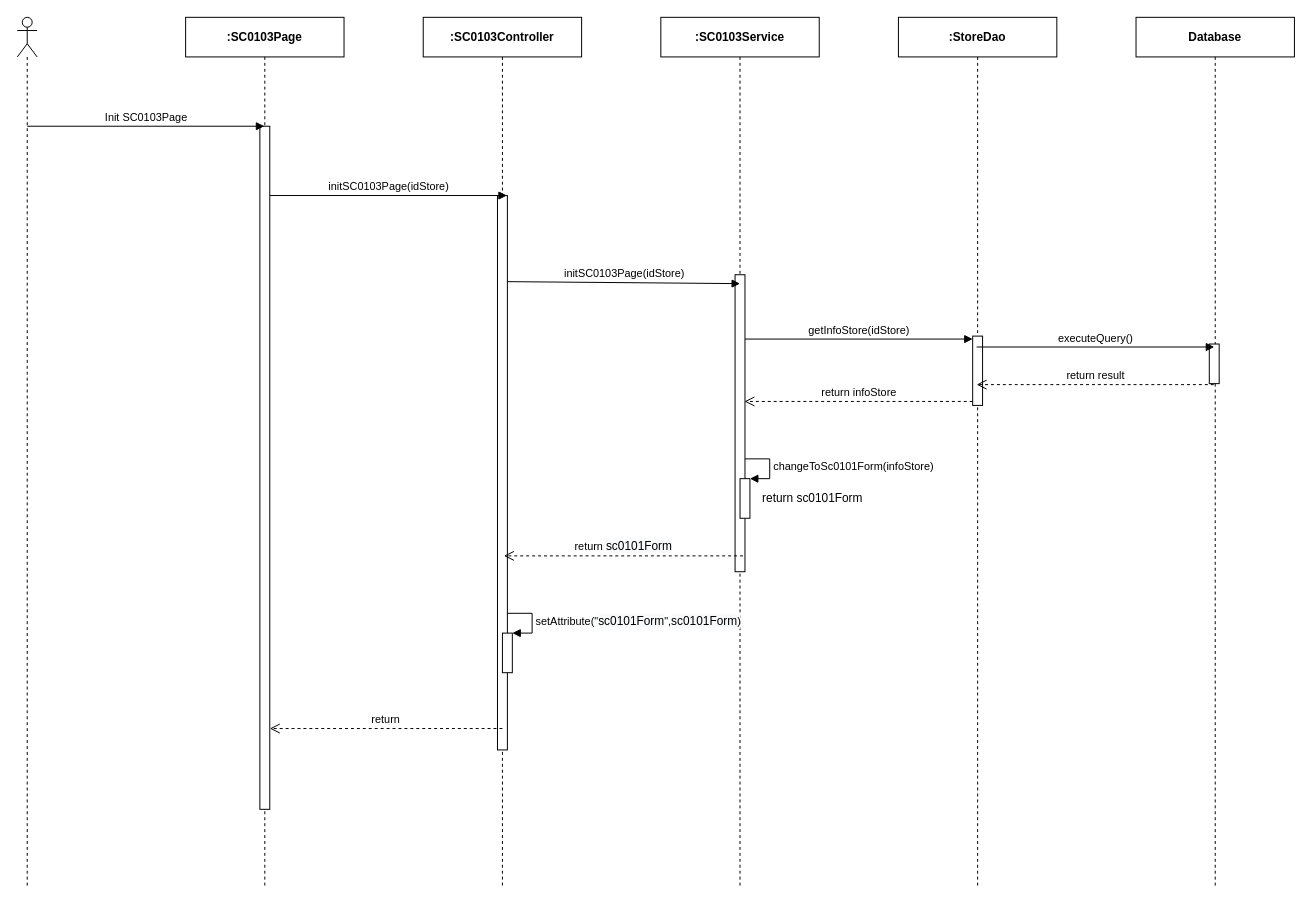
luannmdev/CapstoneDocument keeps this draw.io diagram as page "Ev01" (1 of 3) of 1. Review/SEQ Diagram/sc01/SC0103_EditStore.drawio. Above is the earlier version. Source tidied: cells renumbered, new cells numbered last; positions are measured from the earlier drawing's top-left corner, leaving out a move shared by most shapes. Both pictures are drawn from the tidied source at 99%, with x=0, y=0 at pixel (17, 17).
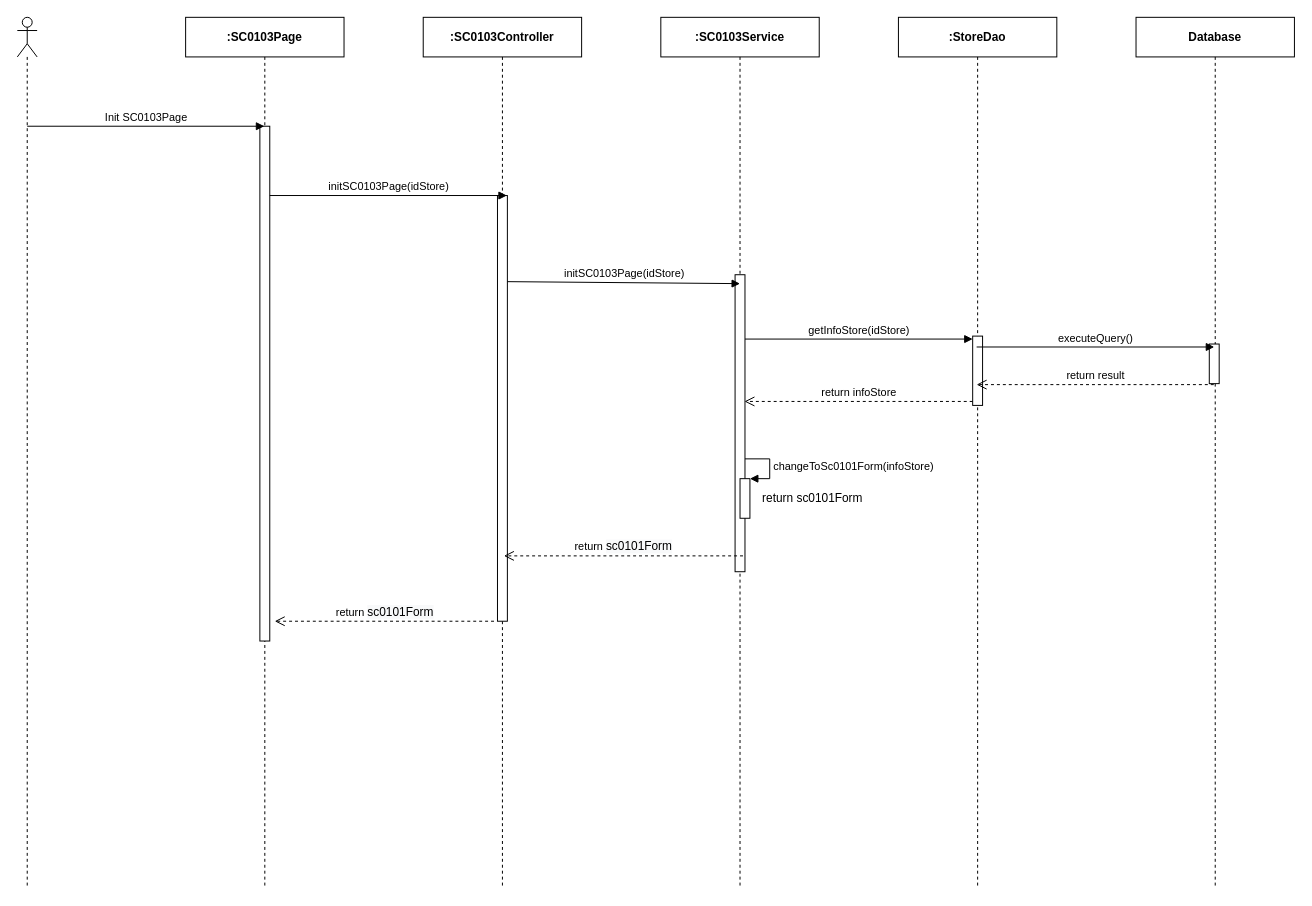
After the change.

Unchanged cells that the change refers to:
```xml
<mxCell id="3" value="&lt;b&gt;:SC0103Page&lt;/b&gt;" style="shape=umlLifeline;perimeter=lifelinePerimeter;whiteSpace=wrap;html=1;outlineConnect=0;" parent="1" vertex="1">
  <mxGeometry x="170" width="160" height="880" as="geometry" />
</mxCell>
<mxCell id="11" value="&lt;b&gt;:SC0103Controller&lt;/b&gt;" style="shape=umlLifeline;perimeter=lifelinePerimeter;whiteSpace=wrap;html=1;" parent="1" vertex="1">
  <mxGeometry x="410" width="160" height="880" as="geometry" />
</mxCell>
```

Change to the diagram source:
```diff
@@
     <mxCell id="4" style="html=1;perimeter=orthogonalPerimeter;" parent="3" vertex="1">
-      <mxGeometry x="75" y="110" width="10" height="690" as="geometry" />
+      <mxGeometry x="75" y="110" width="10" height="520" as="geometry" />
     </mxCell>
@@
     <mxCell id="12" style="html=1;perimeter=orthogonalPerimeter;" parent="11" vertex="1">
-      <mxGeometry x="75" y="180" width="10" height="560" as="geometry" />
+      <mxGeometry x="75" y="180" width="10" height="430" as="geometry" />
     </mxCell>
-    <mxCell id="13" style="html=1;points=[];perimeter=orthogonalPerimeter;" parent="11" vertex="1">
-      <mxGeometry x="80" y="622" width="10" height="40" as="geometry" />
-    </mxCell>
-    <mxCell id="14" value="setAttribute(&quot;&lt;span style=&quot;font-size: 12px ; text-align: center ; background-color: rgb(248 , 249 , 250)&quot;&gt;sc0101Form&lt;/span&gt;&quot;,&lt;span style=&quot;font-size: 12px ; text-align: center ; background-color: rgb(248 , 249 , 250)&quot;&gt;sc0101Form&lt;/span&gt;)" style="edgeStyle=orthogonalEdgeStyle;html=1;align=left;spacingLeft=2;endArrow=block;rounded=0;entryX=1;entryY=0;" parent="11" edge="1" target="13">
-      <mxGeometry relative="1" as="geometry">
-        <mxPoint x="85" y="602" as="sourcePoint" />
-        <Array as="points">
-          <mxPoint x="110" y="602" />
-        </Array>
-      </mxGeometry>
-    </mxCell>
@@
-    <mxCell id="19" value="return" style="html=1;verticalAlign=bottom;endArrow=open;dashed=1;endSize=8;" parent="1" edge="1">
-      <mxGeometry relative="1" as="geometry">
-        <mxPoint x="490" y="718.4" as="sourcePoint" />
-        <mxPoint x="255" y="718.4" as="targetPoint" />
-      </mxGeometry>
-    </mxCell>
@@
+    <mxCell id="27" value="return&amp;nbsp;&lt;span style=&quot;font-size: 12px ; background-color: rgb(248 , 249 , 250)&quot;&gt;sc0101Form&lt;/span&gt;" style="html=1;verticalAlign=bottom;endArrow=open;dashed=1;endSize=8;" parent="1" edge="1">
+      <mxGeometry relative="1" as="geometry">
+        <mxPoint x="481.5" y="610" as="sourcePoint" />
+        <mxPoint x="260" y="610" as="targetPoint" />
+      </mxGeometry>
+    </mxCell>
```
